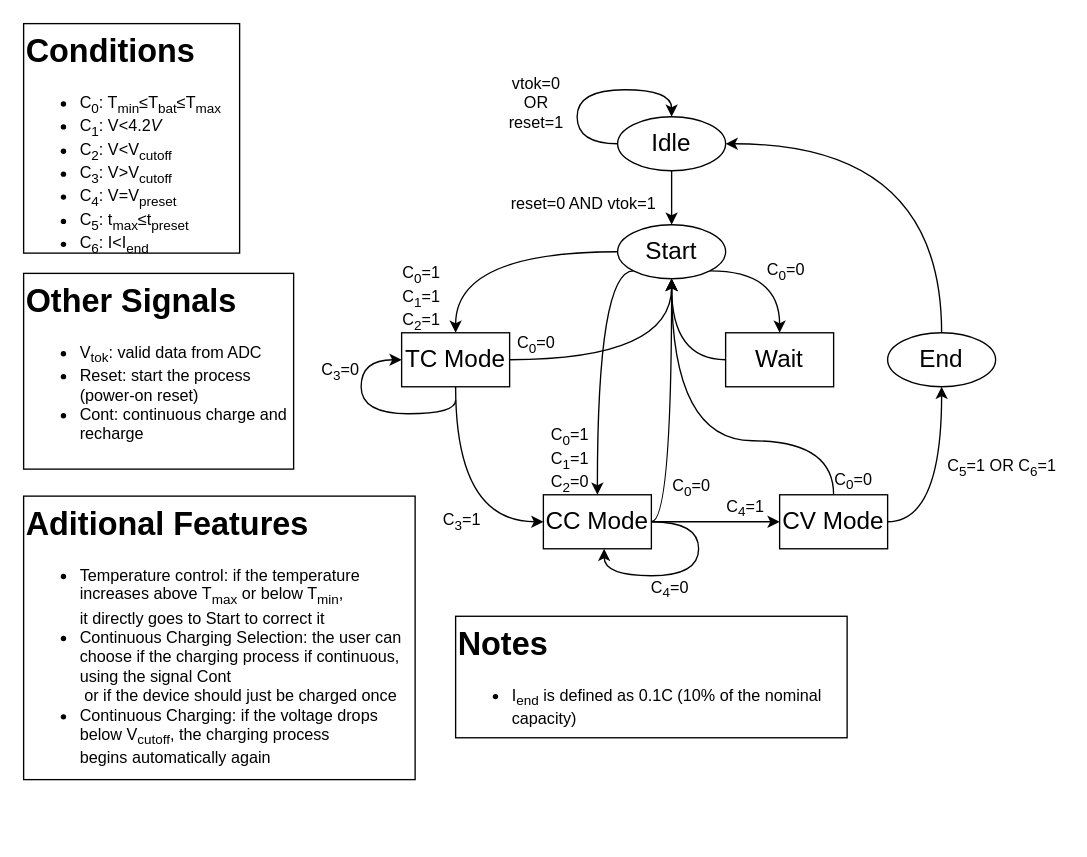
Earlier version of the draw.io diagram stateMachine.drawio (FranciscoPRosa/SoC). Source tidied: cells renumbered, new cells numbered last; positions are measured from the earlier drawing's top-left corner, leaving out a move shared by most shapes. Both pictures are drawn from the tidied source at 135%, with x=0, y=0 at pixel (23, 23).
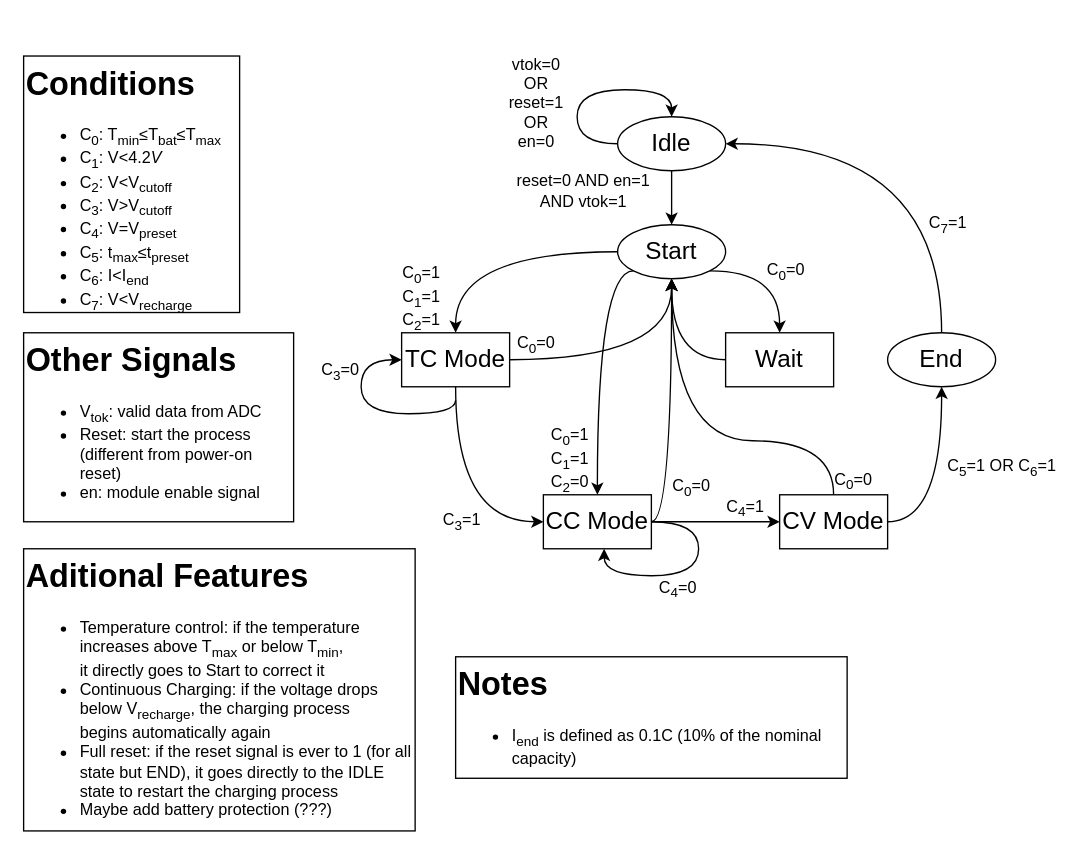
The same page after the edit.

What changed in the source:
```diff
@@
-    <mxCell id="5" value="&lt;h1 style=&quot;margin-top: 0px;&quot;&gt;Conditions&lt;/h1&gt;&lt;ul&gt;&lt;li&gt;C&lt;sub&gt;0&lt;/sub&gt;: T&lt;sub&gt;min&lt;/sub&gt;≤T&lt;sub&gt;bat&lt;/sub&gt;≤T&lt;sub&gt;max&lt;/sub&gt;&lt;/li&gt;&lt;li&gt;C&lt;sub&gt;1&lt;/sub&gt;: V&amp;lt;4.2&lt;i&gt;V&lt;/i&gt;&lt;/li&gt;&lt;li&gt;C&lt;sub&gt;2&lt;/sub&gt;: V&amp;lt;V&lt;sub&gt;cutoff&lt;/sub&gt;&lt;/li&gt;&lt;li&gt;C&lt;sub&gt;3&lt;/sub&gt;: V&amp;gt;V&lt;sub&gt;cutoff&lt;/sub&gt;&lt;/li&gt;&lt;li&gt;C&lt;sub&gt;4&lt;/sub&gt;: V=V&lt;sub&gt;preset&lt;/sub&gt;&lt;/li&gt;&lt;li&gt;C&lt;sub&gt;5&lt;/sub&gt;: t&lt;sub&gt;max&lt;/sub&gt;≤t&lt;sub&gt;preset&lt;/sub&gt;&lt;/li&gt;&lt;li&gt;C&lt;sub&gt;6&lt;/sub&gt;: I&amp;lt;I&lt;sub&gt;end&lt;/sub&gt;&lt;br&gt;&lt;/li&gt;&lt;/ul&gt;" style="text;html=1;whiteSpace=wrap;overflow=hidden;rounded=0;strokeColor=default;fillColor=default;" parent="1" vertex="1">
-      <mxGeometry width="160" height="170" as="geometry" />
+    <mxCell id="5" value="&lt;h1 style=&quot;margin-top: 0px;&quot;&gt;Conditions&lt;/h1&gt;&lt;ul&gt;&lt;li&gt;C&lt;sub&gt;0&lt;/sub&gt;: T&lt;sub&gt;min&lt;/sub&gt;≤T&lt;sub&gt;bat&lt;/sub&gt;≤T&lt;sub&gt;max&lt;/sub&gt;&lt;/li&gt;&lt;li&gt;C&lt;sub&gt;1&lt;/sub&gt;: V&amp;lt;4.2&lt;i&gt;V&lt;/i&gt;&lt;/li&gt;&lt;li&gt;C&lt;sub&gt;2&lt;/sub&gt;: V&amp;lt;V&lt;sub&gt;cutoff&lt;/sub&gt;&lt;/li&gt;&lt;li&gt;C&lt;sub&gt;3&lt;/sub&gt;: V&amp;gt;V&lt;sub&gt;cutoff&lt;/sub&gt;&lt;/li&gt;&lt;li&gt;C&lt;sub&gt;4&lt;/sub&gt;: V=V&lt;sub&gt;preset&lt;/sub&gt;&lt;/li&gt;&lt;li&gt;C&lt;sub&gt;5&lt;/sub&gt;: t&lt;sub&gt;max&lt;/sub&gt;≤t&lt;sub&gt;preset&lt;/sub&gt;&lt;/li&gt;&lt;li&gt;C&lt;sub&gt;6&lt;/sub&gt;: I&amp;lt;I&lt;sub&gt;end&lt;/sub&gt;&lt;/li&gt;&lt;li&gt;C&lt;sub&gt;7&lt;/sub&gt;: V&amp;lt;V&lt;sub&gt;recharge&lt;/sub&gt;&lt;br&gt;&lt;/li&gt;&lt;/ul&gt;" style="text;html=1;whiteSpace=wrap;overflow=hidden;rounded=0;strokeColor=default;fillColor=default;" parent="1" vertex="1">
+      <mxGeometry y="24" width="160" height="190" as="geometry" />
     </mxCell>
@@
     <mxCell id="30" value="&lt;div&gt;C&lt;sub&gt;4&lt;/sub&gt;=0&lt;/div&gt;" style="text;html=1;align=center;verticalAlign=middle;whiteSpace=wrap;rounded=0;" parent="1" vertex="1">
-      <mxGeometry x="464" y="409" width="30" height="20" as="geometry" />
+      <mxGeometry x="470" y="409" width="30" height="20" as="geometry" />
     </mxCell>
@@
-    <mxCell id="33" value="&lt;h1 style=&quot;margin-top: 0px;&quot;&gt;Other Signals&lt;br&gt;&lt;/h1&gt;&lt;ul&gt;&lt;li&gt;V&lt;sub&gt;tok&lt;/sub&gt;: valid data from ADC&lt;/li&gt;&lt;li&gt;Reset: start the process (power-on reset)&lt;br&gt;&lt;/li&gt;&lt;li&gt;Cont: continuous charge and recharge&lt;br&gt;&lt;/li&gt;&lt;/ul&gt;" style="text;html=1;whiteSpace=wrap;overflow=hidden;rounded=0;strokeColor=default;fillColor=default;" parent="1" vertex="1">
-      <mxGeometry y="185" width="200" height="145" as="geometry" />
+    <mxCell id="33" value="&lt;h1 style=&quot;margin-top: 0px;&quot;&gt;Other Signals&lt;br&gt;&lt;/h1&gt;&lt;ul&gt;&lt;li&gt;V&lt;sub&gt;tok&lt;/sub&gt;: valid data from ADC&lt;/li&gt;&lt;li&gt;Reset: start the process (different from power-on reset)&lt;/li&gt;&lt;li&gt;en: module enable signal&lt;br&gt;&lt;/li&gt;&lt;/ul&gt;" style="text;html=1;whiteSpace=wrap;overflow=hidden;rounded=0;strokeColor=default;fillColor=default;" parent="1" vertex="1">
+      <mxGeometry y="229" width="200" height="140" as="geometry" />
     </mxCell>
-    <mxCell id="34" value="reset=0 AND vtok=1" style="text;html=1;align=center;verticalAlign=middle;whiteSpace=wrap;rounded=0;" parent="1" vertex="1">
-      <mxGeometry x="360" y="119" width="110" height="30" as="geometry" />
+    <mxCell id="34" value="reset=0 AND en=1 AND vtok=1" style="text;html=1;align=center;verticalAlign=middle;whiteSpace=wrap;rounded=0;" parent="1" vertex="1">
+      <mxGeometry x="360" y="109" width="110" height="30" as="geometry" />
     </mxCell>
-    <mxCell id="35" value="vtok=0 OR reset=1" style="text;html=1;align=center;verticalAlign=middle;whiteSpace=wrap;rounded=0;" parent="1" vertex="1">
-      <mxGeometry x="360" y="39" width="40" height="40" as="geometry" />
+    <mxCell id="35" value="&lt;div&gt;vtok=0 OR reset=1&lt;/div&gt;&lt;div&gt;OR&lt;/div&gt;&lt;div&gt;en=0&lt;br&gt;&lt;/div&gt;" style="text;html=1;align=center;verticalAlign=middle;whiteSpace=wrap;rounded=0;" parent="1" vertex="1">
+      <mxGeometry x="360" y="24" width="40" height="70" as="geometry" />
     </mxCell>
@@
-    <mxCell id="39" value="&lt;h1 style=&quot;margin-top: 0px;&quot;&gt;Aditional Features&lt;/h1&gt;&lt;ul&gt;&lt;li&gt;&lt;div align=&quot;left&quot;&gt;Temperature control: if the temperature increases above T&lt;sub&gt;max&lt;/sub&gt; or below T&lt;sub&gt;min&lt;/sub&gt;,&amp;nbsp;&lt;/div&gt;&lt;div align=&quot;left&quot;&gt;it directly goes to Start to correct it&lt;/div&gt;&lt;/li&gt;&lt;li&gt;&lt;div align=&quot;left&quot;&gt;Continuous Charging Selection: the user can choose if the charging process if continuous, using the signal Cont&lt;br&gt;&lt;/div&gt;&lt;div align=&quot;left&quot;&gt;&amp;nbsp;or if the device should just be charged once&lt;/div&gt;&lt;/li&gt;&lt;li&gt;&lt;div align=&quot;left&quot;&gt;Continuous Charging: if the voltage drops below V&lt;sub&gt;cutoff&lt;/sub&gt;, the charging process&amp;nbsp;&lt;/div&gt;&lt;div align=&quot;left&quot;&gt;begins automatically again&lt;br&gt; &lt;/div&gt;&lt;/li&gt;&lt;/ul&gt;" style="text;html=1;whiteSpace=wrap;overflow=hidden;rounded=0;strokeColor=default;fillColor=default;" parent="1" vertex="1">
-      <mxGeometry y="350" width="290" height="210" as="geometry" />
+    <mxCell id="39" value="&lt;h1 style=&quot;margin-top: 0px;&quot;&gt;Aditional Features&lt;/h1&gt;&lt;ul&gt;&lt;li&gt;&lt;div align=&quot;left&quot;&gt;Temperature control: if the temperature increases above T&lt;sub&gt;max&lt;/sub&gt; or below T&lt;sub&gt;min&lt;/sub&gt;,&amp;nbsp;&lt;/div&gt;&lt;div align=&quot;left&quot;&gt;it directly goes to Start to correct it&lt;/div&gt;&lt;/li&gt;&lt;li&gt;&lt;div align=&quot;left&quot;&gt;Continuous Charging: if the voltage drops below V&lt;sub&gt;recharge&lt;/sub&gt;, the charging process&amp;nbsp;&lt;/div&gt;&lt;div align=&quot;left&quot;&gt;begins automatically again&lt;/div&gt;&lt;/li&gt;&lt;li&gt;Full reset: if the reset signal is ever to 1 (for all state but END), it goes directly to the IDLE state to restart the charging process&lt;/li&gt;&lt;li&gt;Maybe add battery protection (???)&lt;br&gt;&lt;/li&gt;&lt;/ul&gt;" style="text;html=1;whiteSpace=wrap;overflow=hidden;rounded=0;strokeColor=default;fillColor=default;" parent="1" vertex="1">
+      <mxGeometry y="389" width="290" height="209" as="geometry" />
     </mxCell>
     <mxCell id="40" value="&lt;h1 style=&quot;margin-top: 0px;&quot;&gt;Notes&lt;/h1&gt;&lt;div&gt;&lt;ul&gt;&lt;li&gt;I&lt;sub&gt;end&lt;/sub&gt; is defined as 0.1C (10% of the nominal capacity)&lt;br&gt;&lt;/li&gt;&lt;/ul&gt;&lt;/div&gt;" style="text;html=1;whiteSpace=wrap;overflow=hidden;rounded=0;strokeColor=default;fillColor=default;" parent="1" vertex="1">
-      <mxGeometry x="320" y="439" width="290" height="90" as="geometry" />
+      <mxGeometry x="320" y="469" width="290" height="90" as="geometry" />
     </mxCell>
+    <mxCell id="41" value="&lt;div&gt;C&lt;sub&gt;7&lt;/sub&gt;=1&lt;/div&gt;" style="text;html=1;align=center;verticalAlign=middle;whiteSpace=wrap;rounded=0;" parent="1" vertex="1">
+      <mxGeometry x="670" y="139" width="30" height="20" as="geometry" />
+    </mxCell>
```
